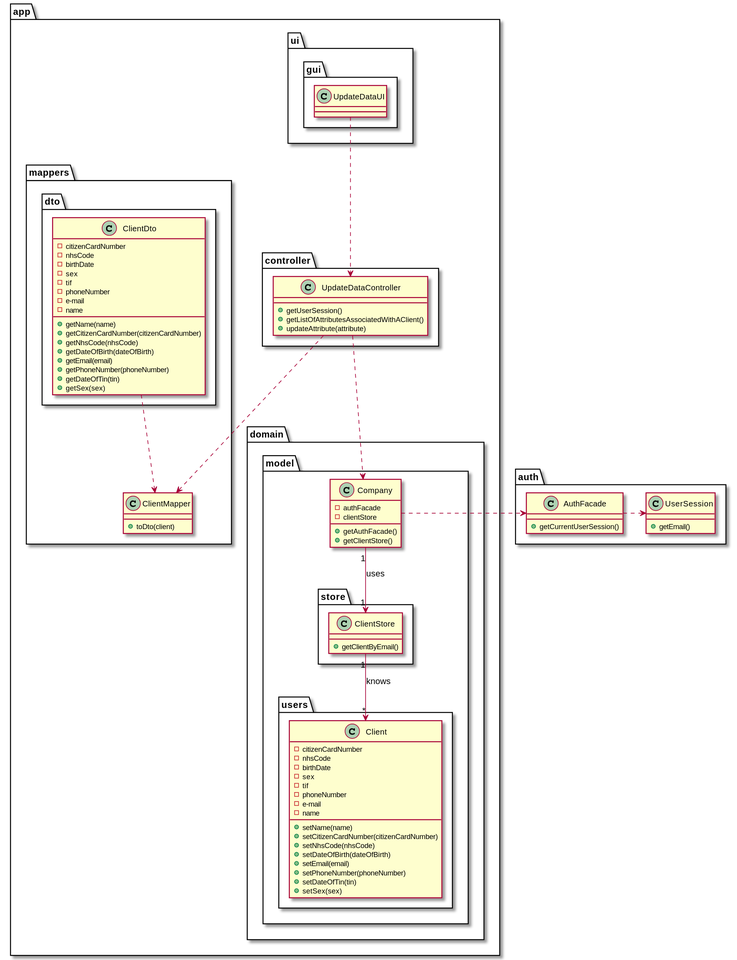
This is docs/SprintD/US02/US02_CD.svg from manu-07-ela/LAPR2_ISEP, a PlantUML export, as it was before one commit.
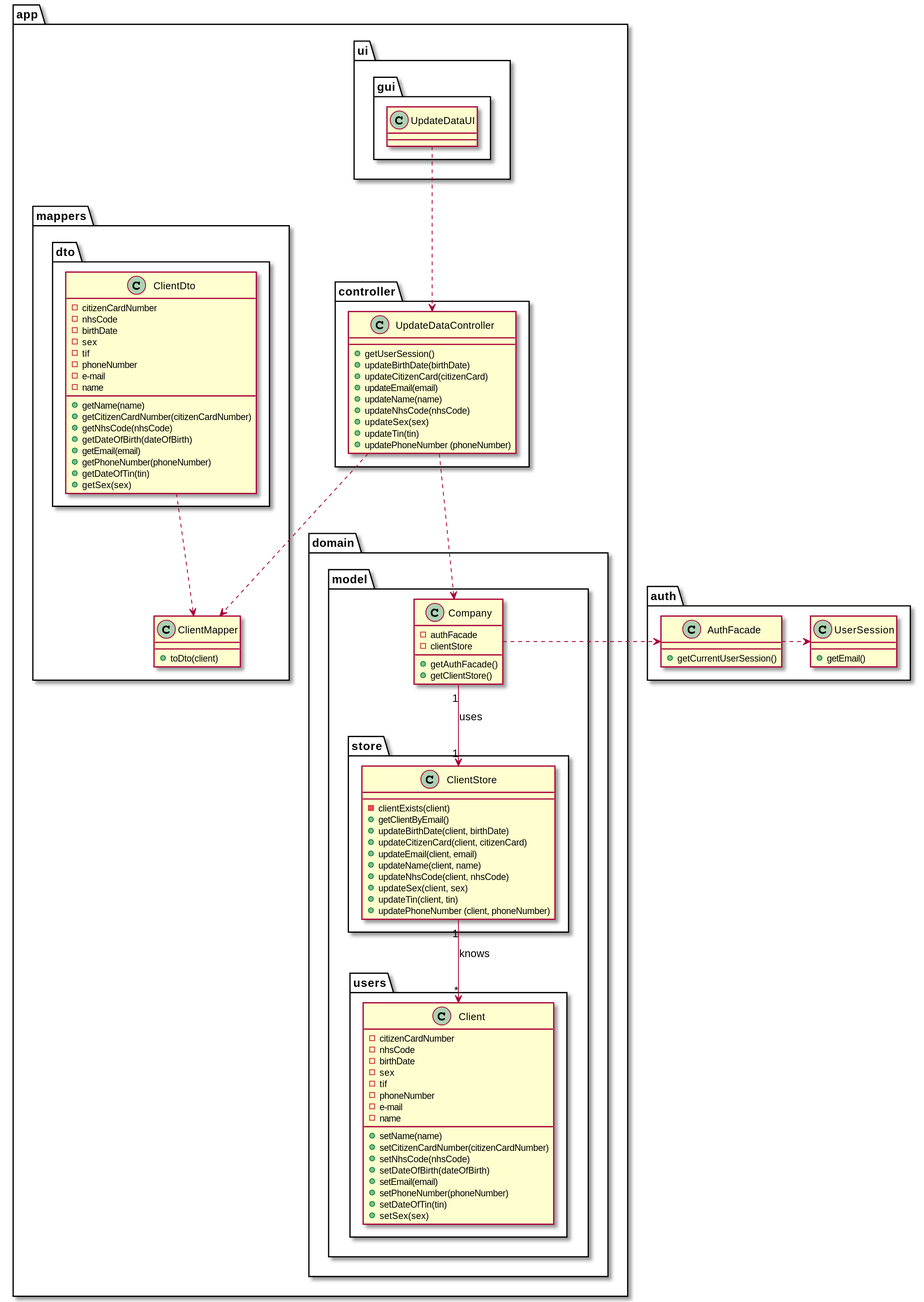
The same file after the commit.

The edit, as a diff of the source:
```diff
@@ -51,7 +51,16 @@
 }
 
 class ClientStore {
+-clientExists(client)
 +getClientByEmail()
++updateBirthDate(client, birthDate)
++updateCitizenCard(client, citizenCard)
++updateEmail(client, email)
++updateName(client, name)
++updateNhsCode(client, nhsCode)
++updateSex(client, sex)
++updateTin(client, tin)
++updatePhoneNumber (client, phoneNumber)
 }
 
 class Client {
@@ -101,8 +110,15 @@
 
 class UpdateDataController {
 +getUserSession()
-+getListOfAttributesAssociatedWithAClient()
-+updateAttribute(attribute)
++updateBirthDate(birthDate)
++updateCitizenCard(citizenCard)
++updateEmail(email)
++updateName(name)
++updateNhsCode(nhsCode)
++updateSex(sex)
++updateTin(tin)
++updatePhoneNumber (phoneNumber)
+
 }
 
 UpdateDataUI..>UpdateDataController
```
